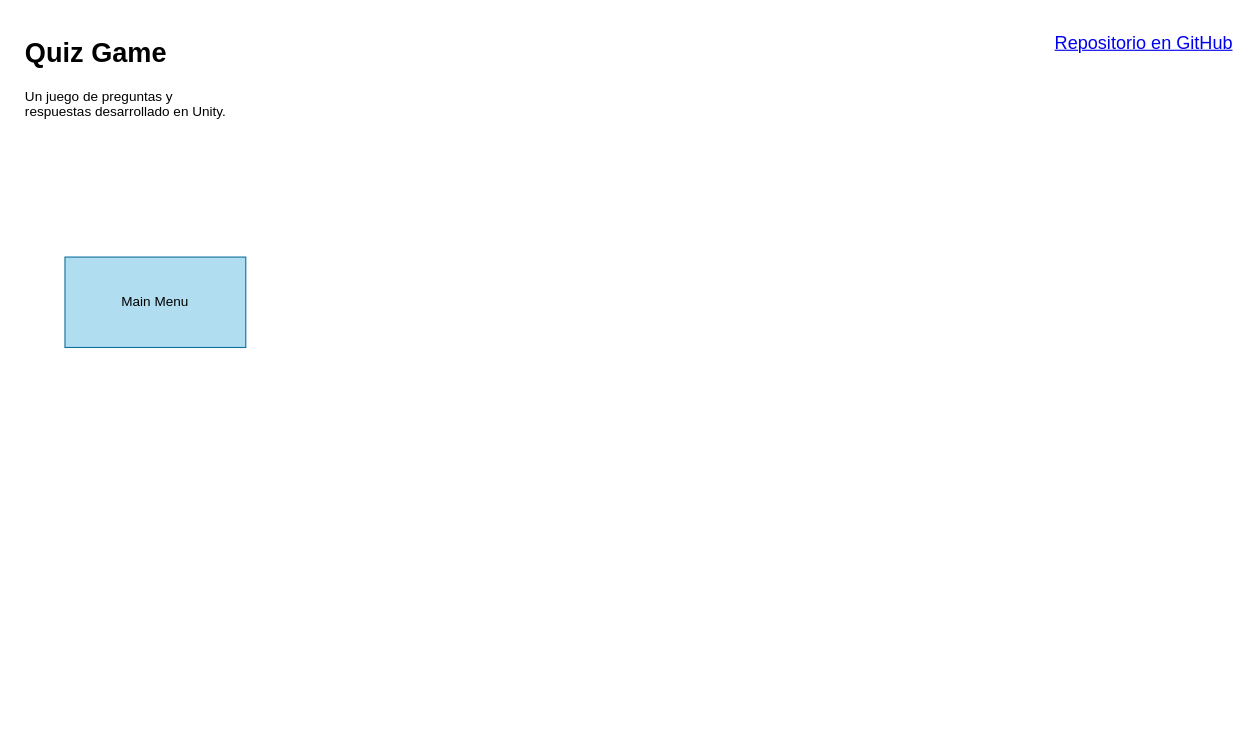
This is Docs/quizgame.drawio from aesthezel/quizgame, a draw.io file, before an edit. Source tidied: cells renumbered, new cells numbered last; positions are measured from the earlier drawing's top-left corner, leaving out a move shared by most shapes. Both pictures are drawn from the tidied source at 113%, with x=0, y=0 at pixel (19, 31).
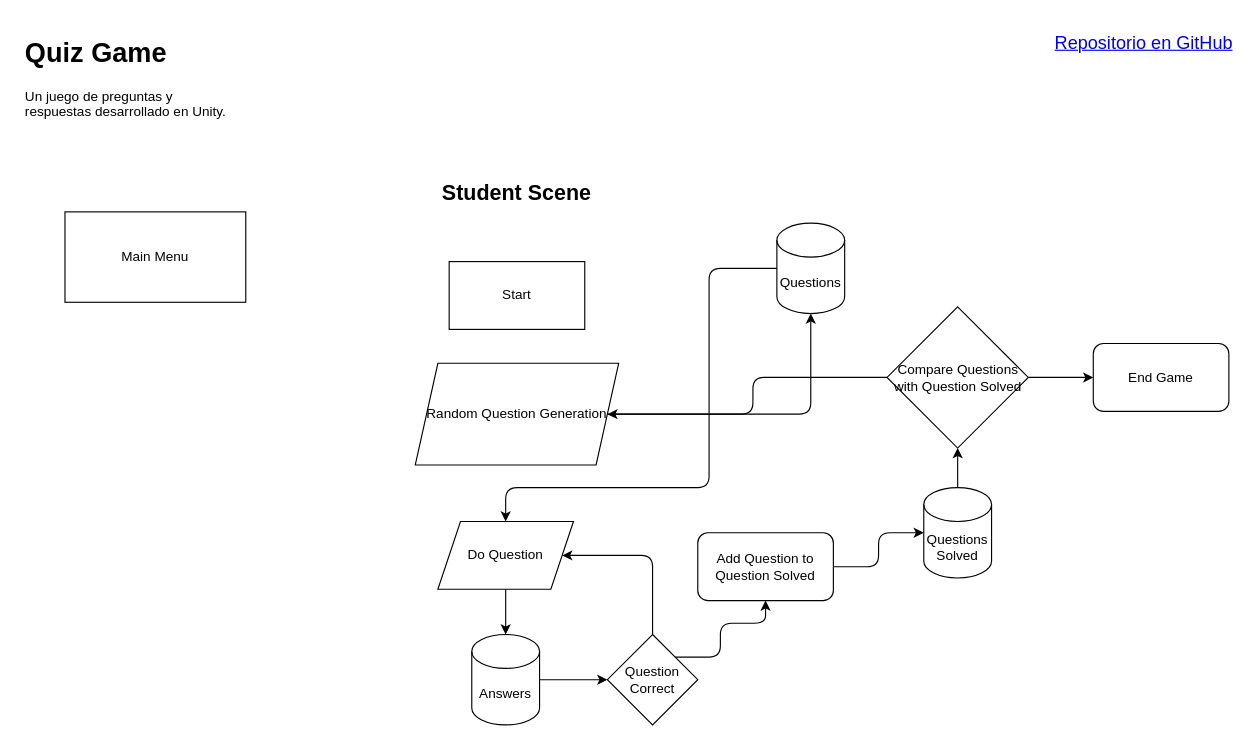
The same diagram, later.

Commit message:
Editado el diagrama

Diff of the diagram source:
```diff
@@
-    <mxCell id="4" value="&lt;font color=&quot;#000000&quot;&gt;Main Menu&lt;/font&gt;" style="rounded=0;whiteSpace=wrap;html=1;fillColor=#b1ddf0;strokeColor=#10739e;" parent="1" vertex="1">
-      <mxGeometry x="40" y="200" width="160" height="80" as="geometry" />
+    <mxCell id="4" value="&lt;font color=&quot;#000000&quot;&gt;Main Menu&lt;/font&gt;" style="rounded=0;whiteSpace=wrap;html=1;" parent="1" vertex="1">
+      <mxGeometry x="40" y="160" width="160" height="80" as="geometry" />
     </mxCell>
+    <mxCell id="5" value="Start" style="rounded=0;whiteSpace=wrap;html=1;sketch=0;" parent="1" vertex="1">
+      <mxGeometry x="380" y="204" width="120" height="60" as="geometry" />
+    </mxCell>
+    <mxCell id="6" style="edgeStyle=orthogonalEdgeStyle;curved=0;rounded=1;sketch=0;jettySize=auto;html=1;" parent="1" edge="1" source="7" target="9">
+      <mxGeometry relative="1" as="geometry" />
+    </mxCell>
+    <mxCell id="7" value="Random Question Generation" style="shape=parallelogram;perimeter=parallelogramPerimeter;whiteSpace=wrap;html=1;fixedSize=1;rounded=0;sketch=0;" parent="1" vertex="1">
+      <mxGeometry x="350" y="294" width="180" height="90" as="geometry" />
+    </mxCell>
+    <mxCell id="8" style="edgeStyle=orthogonalEdgeStyle;curved=0;rounded=1;sketch=0;jettySize=auto;html=1;" parent="1" edge="1" source="9" target="14">
+      <mxGeometry relative="1" as="geometry">
+        <Array as="points">
+          <mxPoint x="610" y="404" />
+          <mxPoint x="430" y="404" />
+        </Array>
+      </mxGeometry>
+    </mxCell>
+    <mxCell id="9" value="Questions" style="shape=cylinder3;whiteSpace=wrap;html=1;boundedLbl=1;backgroundOutline=1;size=15;rounded=0;sketch=0;" parent="1" vertex="1">
+      <mxGeometry x="670" y="170" width="60" height="80" as="geometry" />
+    </mxCell>
+    <mxCell id="10" style="edgeStyle=orthogonalEdgeStyle;curved=0;rounded=1;sketch=0;jettySize=auto;html=1;entryX=0;entryY=0.5;entryDx=0;entryDy=0;" parent="1" edge="1" source="11" target="17">
+      <mxGeometry relative="1" as="geometry" />
+    </mxCell>
+    <mxCell id="11" value="Answers" style="shape=cylinder3;whiteSpace=wrap;html=1;boundedLbl=1;backgroundOutline=1;size=15;rounded=0;sketch=0;" parent="1" vertex="1">
+      <mxGeometry x="400" y="534" width="60" height="80" as="geometry" />
+    </mxCell>
+    <mxCell id="12" value="&lt;b&gt;&lt;font style=&quot;font-size: 19px&quot;&gt;Student Scene&lt;/font&gt;&lt;/b&gt;" style="text;html=1;strokeColor=none;fillColor=none;align=center;verticalAlign=middle;whiteSpace=wrap;rounded=0;sketch=0;" parent="1" vertex="1">
+      <mxGeometry x="350" y="134" width="180" height="20" as="geometry" />
+    </mxCell>
+    <mxCell id="13" style="edgeStyle=orthogonalEdgeStyle;curved=0;rounded=1;sketch=0;jettySize=auto;html=1;entryX=0.5;entryY=0;entryDx=0;entryDy=0;entryPerimeter=0;" parent="1" edge="1" source="14" target="11">
+      <mxGeometry relative="1" as="geometry" />
+    </mxCell>
+    <mxCell id="14" value="Do Question" style="shape=parallelogram;perimeter=parallelogramPerimeter;whiteSpace=wrap;html=1;fixedSize=1;rounded=0;sketch=0;" parent="1" vertex="1">
+      <mxGeometry x="370" y="434" width="120" height="60" as="geometry" />
+    </mxCell>
+    <mxCell id="15" style="edgeStyle=orthogonalEdgeStyle;curved=0;rounded=1;sketch=0;jettySize=auto;html=1;entryX=1;entryY=0.5;entryDx=0;entryDy=0;" parent="1" edge="1" source="17" target="14">
+      <mxGeometry relative="1" as="geometry">
+        <Array as="points">
+          <mxPoint x="560" y="464" />
+        </Array>
+      </mxGeometry>
+    </mxCell>
+    <mxCell id="16" style="edgeStyle=orthogonalEdgeStyle;curved=0;rounded=1;sketch=0;jettySize=auto;html=1;" parent="1" edge="1" source="17" target="19">
+      <mxGeometry relative="1" as="geometry">
+        <Array as="points">
+          <mxPoint x="620" y="554" />
+          <mxPoint x="620" y="524" />
+          <mxPoint x="660" y="524" />
+        </Array>
+      </mxGeometry>
+    </mxCell>
+    <mxCell id="17" value="Question Correct" style="rhombus;whiteSpace=wrap;html=1;rounded=0;sketch=0;" parent="1" vertex="1">
+      <mxGeometry x="520" y="534" width="80" height="80" as="geometry" />
+    </mxCell>
+    <mxCell id="18" style="edgeStyle=orthogonalEdgeStyle;curved=0;rounded=1;sketch=0;jettySize=auto;html=1;" parent="1" edge="1" source="19" target="21">
+      <mxGeometry relative="1" as="geometry" />
+    </mxCell>
+    <mxCell id="19" value="Add Question to Question Solved" style="rounded=1;whiteSpace=wrap;html=1;sketch=0;" parent="1" vertex="1">
+      <mxGeometry x="600" y="444" width="120" height="60" as="geometry" />
+    </mxCell>
+    <mxCell id="20" style="edgeStyle=orthogonalEdgeStyle;curved=0;rounded=1;sketch=0;jettySize=auto;html=1;" parent="1" edge="1" source="21" target="24">
+      <mxGeometry relative="1" as="geometry" />
+    </mxCell>
+    <mxCell id="21" value="Questions Solved" style="shape=cylinder3;whiteSpace=wrap;html=1;boundedLbl=1;backgroundOutline=1;size=15;rounded=0;sketch=0;" parent="1" vertex="1">
+      <mxGeometry x="800" y="404" width="60" height="80" as="geometry" />
+    </mxCell>
+    <mxCell id="22" style="edgeStyle=orthogonalEdgeStyle;curved=0;rounded=1;sketch=0;jettySize=auto;html=1;" parent="1" edge="1" source="24" target="7">
+      <mxGeometry relative="1" as="geometry" />
+    </mxCell>
+    <mxCell id="23" style="edgeStyle=orthogonalEdgeStyle;curved=0;rounded=1;sketch=0;jettySize=auto;html=1;" parent="1" edge="1" source="24" target="25">
+      <mxGeometry relative="1" as="geometry" />
+    </mxCell>
+    <mxCell id="24" value="Compare Questions with Question Solved" style="rhombus;whiteSpace=wrap;html=1;rounded=0;sketch=0;" parent="1" vertex="1">
+      <mxGeometry x="767.5" y="244" width="125" height="125" as="geometry" />
+    </mxCell>
+    <mxCell id="25" value="End Game" style="rounded=1;whiteSpace=wrap;html=1;" parent="1" vertex="1">
+      <mxGeometry x="950" y="276.5" width="120" height="60" as="geometry" />
+    </mxCell>
```
